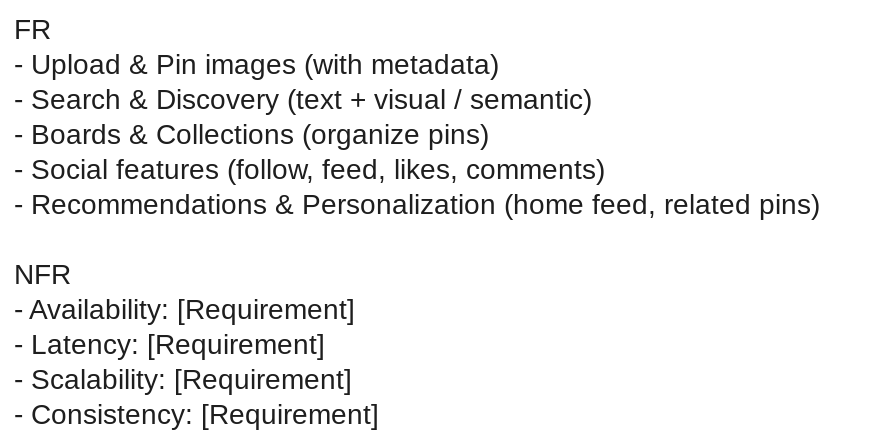
vivek1833/Notes-DSA keeps this Excalidraw diagram as SystemDesign/HLD/Problems/07_Pinterest/architecture.excalidraw.svg. Above is the earlier version. Source tidied: one line per element, renumbered; positions are measured from the earlier drawing's top-left corner, leaving out a move shared by most shapes.
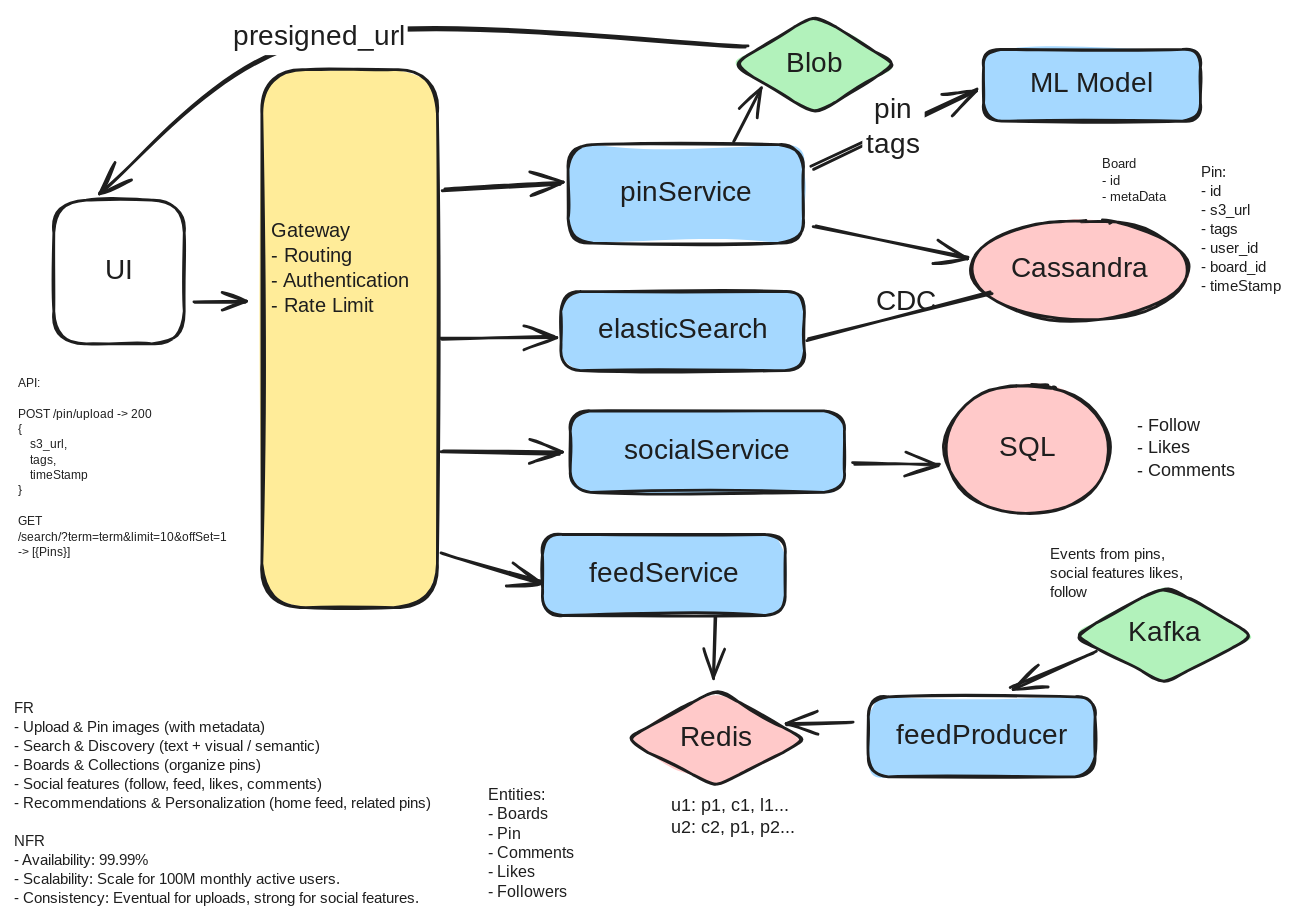
After the change.

What changed in the source:
```diff
@@ -1,1 +1,51 @@
-{"id": 0, "type": "text", "text": "FR\n- Upload & Pin images (with metadata)\n- Search & Discovery (text + visual / semantic)\n- Boards & Collections (organize pins)\n- Social features (follow, feed, likes, comments)\n- Recommendations & Personalization (home feed, related pins)\n\nNFR\n- Availability: [Requirement]\n- Latency: [Requirement]\n- Scalability: [Requirement]\n- Consistency: [Requirement]", "strokeColor": "#1e1e1e", "strokeWidth": 2, "roughness": 1, "fontSize": 20, "fontFamily": 5, "x": 0, "y": 0, "width": 613, "height": 300}
+{"id": 0, "type": "text", "text": "FR\n- Upload & Pin images (with metadata)\n- Search & Discovery (text + visual / semantic)\n- Boards & Collections (organize pins)\n- Social features (follow, feed, likes, comments)\n- Recommendations & Personalization (home feed, related pins)\n\nNFR\n- Availability: 99.99%\n- Scalability: Scale for 100M monthly active users.\n- Consistency: Eventual for uploads, strong for social features.", "strokeColor": "#1e1e1e", "strokeWidth": 2, "roughness": 1, "fontSize": 10.88, "fontFamily": 5, "x": 0, "y": 0, "width": 338, "height": 150}
+{"id": 1, "type": "text", "text": "Entities:\n- Boards\n- Pin\n- Comments\n- Likes\n- Followers", "strokeColor": "#1e1e1e", "strokeWidth": 2, "roughness": 1, "fontSize": 11.07, "fontFamily": 5, "x": 339, "y": 62, "width": 61, "height": 83}
+{"id": 2, "type": "text", "text": "API: \n\nPOST /pin/upload -> 200\n{\n    s3_url,\n    tags,\n    timeStamp\n}\n\nGET\n/search/?term=term&limit=10&offSet=1\n-> [{Pins}]", "strokeColor": "#1e1e1e", "strokeWidth": 2, "roughness": 1, "fontSize": 8.77, "fontFamily": 5, "x": 3, "y": -231, "width": 168, "height": 132}
+{"id": 3, "type": "rectangle", "strokeColor": "#1e1e1e", "strokeWidth": 2, "roughness": 1, "round": true, "x": 28, "y": -357, "width": 93, "height": 103}
+{"id": 4, "type": "text", "text": "UI", "strokeColor": "#1e1e1e", "strokeWidth": 2, "roughness": 1, "fontSize": 20, "fontFamily": 5, "textAlign": "center", "verticalAlign": "middle", "inside": 3, "x": 62, "y": -318, "width": 25, "height": 25}
+{"id": 5, "type": "rectangle", "strokeColor": "#1e1e1e", "backgroundColor": "#ffec99", "fillStyle": "solid", "strokeWidth": 2, "roughness": 1, "round": true, "x": 177, "y": -450, "width": 125, "height": 384}
+{"id": 6, "type": "text", "text": "Gateway\n- Routing\n- Authentication\n- Rate Limit", "strokeColor": "#1e1e1e", "strokeWidth": 2, "roughness": 1, "fontSize": 14.23, "fontFamily": 5, "x": 183, "y": -343, "width": 114, "height": 71}
+{"id": 7, "type": "rectangle", "strokeColor": "#1e1e1e", "backgroundColor": "#a5d8ff", "fillStyle": "solid", "strokeWidth": 2, "roughness": 1, "round": true, "x": 396, "y": -396, "width": 168, "height": 70}
+{"id": 8, "type": "text", "text": "pinService", "strokeColor": "#1e1e1e", "strokeWidth": 2, "roughness": 1, "fontSize": 20, "fontFamily": 5, "textAlign": "center", "verticalAlign": "middle", "inside": 7, "x": 433, "y": -374, "width": 94, "height": 25}
+{"id": 9, "type": "ellipse", "strokeColor": "#1e1e1e", "backgroundColor": "#ffc9c9", "fillStyle": "solid", "strokeWidth": 2, "roughness": 1, "round": true, "x": 684, "y": -342, "width": 155, "height": 71}
+{"id": 10, "type": "text", "text": "Cassandra", "strokeColor": "#1e1e1e", "strokeWidth": 2, "roughness": 1, "fontSize": 20, "fontFamily": 5, "textAlign": "center", "verticalAlign": "middle", "inside": 9, "x": 712, "y": -319, "width": 99, "height": 25}
+{"id": 11, "type": "text", "text": "Pin:\n- id\n- s3_url\n- tags\n- user_id\n- board_id\n- timeStamp", "strokeColor": "#1e1e1e", "strokeWidth": 2, "roughness": 1, "fontSize": 10.86, "fontFamily": 5, "x": 848, "y": -383, "width": 63, "height": 95}
+{"id": 12, "type": "text", "text": "Board\n- id\n- metaData", "strokeColor": "#1e1e1e", "strokeWidth": 2, "roughness": 1, "fontSize": 9.44, "fontFamily": 5, "x": 777, "y": -388, "width": 53, "height": 35}
+{"id": 13, "type": "arrow", "strokeColor": "#1e1e1e", "backgroundColor": "#ffec99", "fillStyle": "solid", "strokeWidth": 2, "roughness": 1, "endArrowhead": "arrow", "round": true, "from": 3, "to": 5, "x": 129, "y": -284, "width": 37, "height": 0, "points": [[0, 0], [37, 0]]}
+{"id": 14, "type": "arrow", "strokeColor": "#1e1e1e", "backgroundColor": "#ffec99", "fillStyle": "solid", "strokeWidth": 2, "roughness": 1, "endArrowhead": "arrow", "round": true, "from": 5, "to": 7, "x": 306, "y": -363, "width": 84, "height": 6, "points": [[0, 0], [84, -6]]}
+{"id": 15, "type": "arrow", "strokeColor": "#1e1e1e", "backgroundColor": "#ffec99", "fillStyle": "solid", "strokeWidth": 2, "roughness": 1, "endArrowhead": "arrow", "round": true, "from": 7, "to": 9, "x": 571, "y": -339, "width": 109, "height": 23, "points": [[0, 0], [109, 23]]}
+{"id": 16, "type": "diamond", "strokeColor": "#1e1e1e", "backgroundColor": "#b2f2bb", "fillStyle": "solid", "strokeWidth": 2, "roughness": 1, "round": true, "x": 513, "y": -489, "width": 117, "height": 72}
+{"id": 17, "type": "text", "text": "Blob", "strokeColor": "#1e1e1e", "backgroundColor": "#ffc9c9", "fillStyle": "solid", "strokeWidth": 2, "roughness": 1, "fontSize": 20, "fontFamily": 5, "textAlign": "center", "verticalAlign": "middle", "inside": 16, "x": 550, "y": -466, "width": 43, "height": 25}
+{"id": 18, "type": "arrow", "strokeColor": "#1e1e1e", "backgroundColor": "#ffc9c9", "fillStyle": "solid", "strokeWidth": 2, "roughness": 1, "endArrowhead": "arrow", "round": true, "from": 7, "to": 16, "x": 515, "y": -399, "width": 19, "height": 38, "points": [[0, 0], [19, -38]]}
+{"id": 19, "type": "arrow", "strokeColor": "#1e1e1e", "backgroundColor": "#ffc9c9", "fillStyle": "solid", "strokeWidth": 2, "roughness": 1, "endArrowhead": "arrow", "round": true, "from": 16, "to": 3, "x": 523, "y": -466, "width": 463, "height": 112, "points": [[0, 0], [-305, -7], [-463, 105]]}
+{"id": 20, "type": "text", "text": "presigned_url", "strokeColor": "#1e1e1e", "backgroundColor": "#ffc9c9", "fillStyle": "solid", "strokeWidth": 2, "roughness": 1, "fontSize": 20, "fontFamily": 5, "textAlign": "center", "verticalAlign": "middle", "inside": 19, "x": 155, "y": -485, "width": 127, "height": 25}
+{"id": 21, "type": "rectangle", "strokeColor": "#1e1e1e", "backgroundColor": "#a5d8ff", "fillStyle": "solid", "strokeWidth": 2, "roughness": 1, "round": true, "x": 391, "y": -291, "width": 174, "height": 57}
+{"id": 22, "type": "text", "text": "elasticSearch", "strokeColor": "#1e1e1e", "backgroundColor": "#ffc9c9", "fillStyle": "solid", "strokeWidth": 2, "roughness": 1, "fontSize": 20, "fontFamily": 5, "textAlign": "center", "verticalAlign": "middle", "inside": 21, "x": 414, "y": -276, "width": 128, "height": 25}
+{"id": 23, "type": "line", "strokeColor": "#1e1e1e", "backgroundColor": "#a5d8ff", "fillStyle": "solid", "strokeWidth": 2, "roughness": 1, "round": true, "x": 699, "y": -290, "width": 131, "height": 32, "points": [[0, 0], [-131, 32]]}
+{"id": 24, "type": "text", "text": "CDC", "strokeColor": "#1e1e1e", "backgroundColor": "#a5d8ff", "fillStyle": "solid", "strokeWidth": 2, "roughness": 1, "fontSize": 20, "fontFamily": 5, "x": 616, "y": -296, "width": 41, "height": 25}
+{"id": 25, "type": "arrow", "strokeColor": "#1e1e1e", "backgroundColor": "#a5d8ff", "fillStyle": "solid", "strokeWidth": 2, "roughness": 1, "endArrowhead": "arrow", "round": true, "from": 5, "to": 21, "x": 305, "y": -258, "width": 81, "height": 1, "points": [[0, 0], [81, -1]]}
+{"id": 26, "type": "arrow", "strokeColor": "#1e1e1e", "backgroundColor": "#a5d8ff", "fillStyle": "solid", "strokeWidth": 2, "roughness": 1, "endArrowhead": "arrow", "round": true, "from": 5, "to": 27, "x": 306, "y": -178, "width": 84, "height": 2, "points": [[0, 0], [84, 2]]}
+{"id": 27, "type": "rectangle", "strokeColor": "#1e1e1e", "backgroundColor": "#a5d8ff", "fillStyle": "solid", "strokeWidth": 2, "roughness": 1, "round": true, "x": 397, "y": -206, "width": 196, "height": 58}
+{"id": 28, "type": "text", "text": "socialService", "strokeColor": "#1e1e1e", "backgroundColor": "#a5d8ff", "fillStyle": "solid", "strokeWidth": 2, "roughness": 1, "fontSize": 20, "fontFamily": 5, "textAlign": "center", "verticalAlign": "middle", "inside": 27, "x": 435, "y": -190, "width": 121, "height": 25}
+{"id": 29, "type": "ellipse", "strokeColor": "#1e1e1e", "backgroundColor": "#ffc9c9", "fillStyle": "solid", "strokeWidth": 2, "roughness": 1, "round": true, "x": 665, "y": -225, "width": 118, "height": 93}
+{"id": 30, "type": "text", "text": "SQL", "strokeColor": "#1e1e1e", "backgroundColor": "#a5d8ff", "fillStyle": "solid", "strokeWidth": 2, "roughness": 1, "fontSize": 20, "fontFamily": 5, "textAlign": "center", "verticalAlign": "middle", "inside": 29, "x": 705, "y": -191, "width": 39, "height": 25}
+{"id": 31, "type": "arrow", "strokeColor": "#1e1e1e", "backgroundColor": "#a5d8ff", "fillStyle": "solid", "strokeWidth": 2, "roughness": 1, "endArrowhead": "arrow", "round": true, "from": 27, "to": 29, "x": 601, "y": -168, "width": 60, "height": 0, "points": [[0, 0], [60, 0]]}
+{"id": 32, "type": "text", "text": "- Follow\n- Likes\n- Comments", "strokeColor": "#1e1e1e", "backgroundColor": "#ffc9c9", "fillStyle": "solid", "strokeWidth": 2, "roughness": 1, "fontSize": 12.86, "fontFamily": 5, "x": 802, "y": -203, "width": 71, "height": 48}
+{"id": 33, "type": "rectangle", "strokeColor": "#1e1e1e", "backgroundColor": "#a5d8ff", "fillStyle": "solid", "strokeWidth": 2, "roughness": 1, "round": true, "x": 377, "y": -118, "width": 173, "height": 58}
+{"id": 34, "type": "text", "text": "feedService", "strokeColor": "#1e1e1e", "backgroundColor": "#a5d8ff", "fillStyle": "solid", "strokeWidth": 2, "roughness": 1, "fontSize": 20, "fontFamily": 5, "textAlign": "center", "verticalAlign": "middle", "inside": 33, "x": 409, "y": -101, "width": 111, "height": 25}
+{"id": 35, "type": "arrow", "strokeColor": "#1e1e1e", "backgroundColor": "#a5d8ff", "fillStyle": "solid", "strokeWidth": 2, "roughness": 1, "endArrowhead": "arrow", "round": true, "from": 5, "to": 33, "x": 306, "y": -105, "width": 71, "height": 21, "points": [[0, 0], [71, 21]]}
+{"id": 36, "type": "diamond", "strokeColor": "#1e1e1e", "backgroundColor": "#b2f2bb", "fillStyle": "solid", "strokeWidth": 2, "roughness": 1, "round": true, "x": 757, "y": -82, "width": 130, "height": 70}
+{"id": 37, "type": "text", "text": "Kafka", "strokeColor": "#1e1e1e", "backgroundColor": "#a5d8ff", "fillStyle": "solid", "strokeWidth": 2, "roughness": 1, "fontSize": 20, "fontFamily": 5, "textAlign": "center", "verticalAlign": "middle", "inside": 36, "x": 794, "y": -59, "width": 55, "height": 25}
+{"id": 38, "type": "text", "text": "Events from pins, \nsocial features likes,\nfollow", "strokeColor": "#1e1e1e", "backgroundColor": "#b2f2bb", "fillStyle": "solid", "strokeWidth": 2, "roughness": 1, "fontSize": 11.0, "fontFamily": 5, "x": 740, "y": -110, "width": 110, "height": 41}
+{"id": 39, "type": "arrow", "strokeColor": "#1e1e1e", "backgroundColor": "#b2f2bb", "fillStyle": "solid", "strokeWidth": 2, "roughness": 1, "endArrowhead": "arrow", "round": true, "from": 36, "x": 772, "y": -33, "width": 59, "height": 25, "points": [[0, 0], [-59, 25]]}
+{"id": 40, "type": "rectangle", "strokeColor": "#1e1e1e", "backgroundColor": "#a5d8ff", "fillStyle": "solid", "strokeWidth": 2, "roughness": 1, "round": true, "x": 610, "y": -2, "width": 162, "height": 57}
+{"id": 41, "type": "text", "text": "feedProducer", "strokeColor": "#1e1e1e", "backgroundColor": "#b2f2bb", "fillStyle": "solid", "strokeWidth": 2, "roughness": 1, "fontSize": 20, "fontFamily": 5, "textAlign": "center", "verticalAlign": "middle", "inside": 40, "x": 626, "y": 14, "width": 130, "height": 25}
+{"id": 42, "type": "diamond", "strokeColor": "#1e1e1e", "backgroundColor": "#ffc9c9", "fillStyle": "solid", "strokeWidth": 2, "roughness": 1, "round": true, "x": 436, "y": -7, "width": 129, "height": 70}
+{"id": 43, "type": "text", "text": "Redis", "strokeColor": "#1e1e1e", "backgroundColor": "#b2f2bb", "fillStyle": "solid", "strokeWidth": 2, "roughness": 1, "fontSize": 20, "fontFamily": 5, "textAlign": "center", "verticalAlign": "middle", "inside": 42, "x": 475, "y": 15, "width": 53, "height": 25}
+{"id": 44, "type": "arrow", "strokeColor": "#1e1e1e", "backgroundColor": "#a5d8ff", "fillStyle": "solid", "strokeWidth": 2, "roughness": 1, "endArrowhead": "arrow", "round": true, "from": 40, "to": 42, "x": 599, "y": 16, "width": 48, "height": 2, "points": [[0, 0], [-48, 2]]}
+{"id": 45, "type": "arrow", "strokeColor": "#1e1e1e", "backgroundColor": "#a5d8ff", "fillStyle": "solid", "strokeWidth": 2, "roughness": 1, "endArrowhead": "arrow", "round": true, "from": 33, "to": 42, "x": 501, "y": -58, "width": 2, "height": 44, "points": [[0, 0], [-2, 44]]}
+{"id": 46, "type": "text", "text": "u1: p1, c1, l1...\nu2: c2, p1, p2...", "strokeColor": "#1e1e1e", "backgroundColor": "#a5d8ff", "fillStyle": "solid", "strokeWidth": 2, "roughness": 1, "fontSize": 12.81, "fontFamily": 5, "x": 470, "y": 68, "width": 95, "height": 32}
+{"id": 47, "type": "arrow", "strokeColor": "#1e1e1e", "backgroundColor": "#a5d8ff", "fillStyle": "solid", "strokeWidth": 2, "roughness": 1, "endArrowhead": "arrow", "round": true, "from": 7, "to": 49, "x": 570, "y": -380, "width": 117, "height": 55, "points": [[0, 0], [117, -55]]}
+{"id": 48, "type": "text", "text": "pin\ntags", "strokeColor": "#1e1e1e", "backgroundColor": "#a5d8ff", "fillStyle": "solid", "strokeWidth": 2, "roughness": 1, "fontSize": 20, "fontFamily": 5, "textAlign": "center", "verticalAlign": "middle", "inside": 47, "x": 596, "y": -430, "width": 45, "height": 50}
+{"id": 49, "type": "rectangle", "strokeColor": "#1e1e1e", "backgroundColor": "#a5d8ff", "fillStyle": "solid", "strokeWidth": 2, "roughness": 1, "round": true, "x": 693, "y": -464, "width": 155, "height": 51}
+{"id": 50, "type": "text", "text": "ML Model", "strokeColor": "#1e1e1e", "backgroundColor": "#a5d8ff", "fillStyle": "solid", "strokeWidth": 2, "roughness": 1, "fontSize": 20, "fontFamily": 5, "textAlign": "center", "verticalAlign": "middle", "inside": 49, "x": 726, "y": -451, "width": 89, "height": 25}
```
